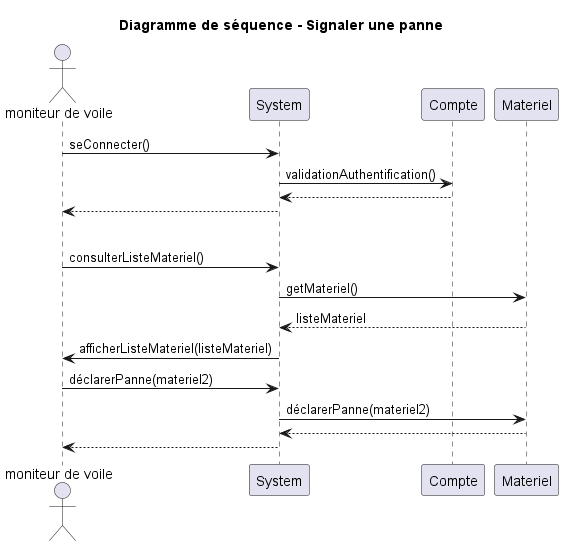
The PlantUML diagram UML/png/Diagramme_séquence_signalement_panne.png in Egario54/ProjetClubNautique, before a commit. Its diagram source:
```plantuml
@startuml

title : Diagramme de séquence - Signaler une panne

actor "moniteur de voile" as mono

mono -> System : seConnecter()
System -> Compte : validationAuthentification()
return
System --> mono

|||

mono -> System : consulterListeMateriel()
System -> Materiel : getMateriel()
return listeMateriel
System -> mono : afficherListeMateriel(listeMateriel)
mono -> System : déclarerPanne(materiel2)
System -> Materiel : déclarerPanne(materiel2)
return
System --> mono


@enduml
```
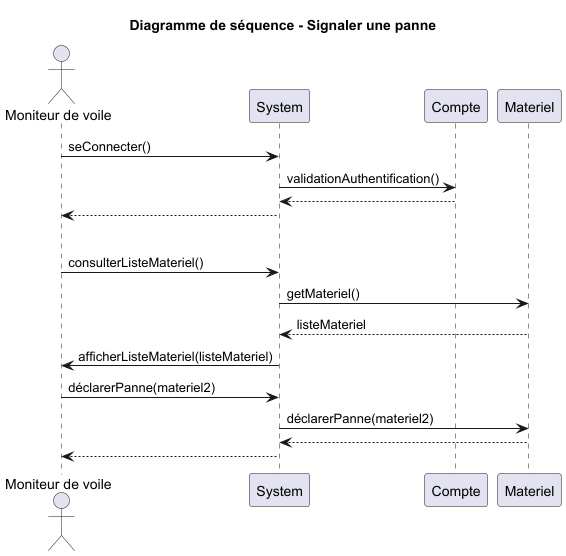
After the change.

What changed in the source:
```diff
@@ -2,7 +2,7 @@
 
 title : Diagramme de séquence - Signaler une panne
 
-actor "moniteur de voile" as mono
+actor "Moniteur de voile" as mono
 
 mono -> System : seConnecter()
 System -> Compte : validationAuthentification()
```
